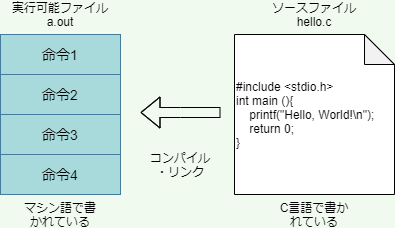
The draw.io diagram programming2021/img/compile.drawio.png in kut-econ/kut-econ.github.io, before a commit. Source tidied: cells renumbered, new cells last; positions are measured from the earlier drawing's top-left corner, leaving out a move shared by most shapes.
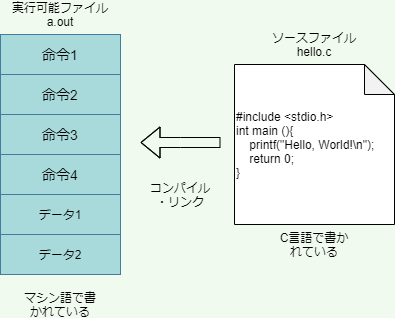
After the commit.

Commit message:
Improve imgs for compile and assemble

Diff of the diagram source:
```diff
@@ -3,7 +3,7 @@
     <mxCell id="0" />
     <mxCell id="1" parent="0" />
     <mxCell id="2" style="shape=table;html=1;whiteSpace=wrap;startSize=0;rounded=0;sketch=0;strokeColor=#457B9D;fillColor=#A8DADC;fontColor=#1D3557;" parent="1" vertex="1">
-      <mxGeometry y="30" width="120" height="160" as="geometry" />
+      <mxGeometry width="120" height="240" as="geometry" />
     </mxCell>
     <mxCell id="3" style="shape=partialRectangle;html=1;whiteSpace=wrap;fillColor=none;top=0;left=0;bottom=0;right=0;" parent="2" vertex="1">
       <mxGeometry width="120" height="40" as="geometry" />
@@ -29,11 +29,23 @@
     <mxCell id="10" value="&lt;font color=&quot;#000000&quot; style=&quot;font-size: 14px&quot;&gt;命令4&lt;/font&gt;" style="shape=partialRectangle;html=1;whiteSpace=wrap;fillColor=none;top=0;left=0;bottom=0;right=0;overflow=hidden;" parent="9" vertex="1">
       <mxGeometry width="120" height="40" as="geometry" />
     </mxCell>
+    <mxCell id="18" style="shape=partialRectangle;html=1;whiteSpace=wrap;fillColor=none;top=0;left=0;bottom=0;right=0;" parent="2" vertex="1">
+      <mxGeometry y="160" width="120" height="40" as="geometry" />
+    </mxCell>
+    <mxCell id="19" value="&lt;font color=&quot;#000000&quot;&gt;データ1&lt;/font&gt;" style="shape=partialRectangle;html=1;whiteSpace=wrap;fillColor=none;top=0;left=0;bottom=0;right=0;overflow=hidden;" parent="18" vertex="1">
+      <mxGeometry width="120" height="40" as="geometry" />
+    </mxCell>
+    <mxCell id="20" style="shape=partialRectangle;html=1;whiteSpace=wrap;fillColor=none;top=0;left=0;bottom=0;right=0;" parent="2" vertex="1">
+      <mxGeometry y="200" width="120" height="40" as="geometry" />
+    </mxCell>
+    <mxCell id="21" value="&lt;font color=&quot;#000000&quot;&gt;データ2&lt;/font&gt;" style="shape=partialRectangle;html=1;whiteSpace=wrap;fillColor=none;top=0;left=0;bottom=0;right=0;overflow=hidden;" parent="20" vertex="1">
+      <mxGeometry width="120" height="40" as="geometry" />
+    </mxCell>
     <mxCell id="11" value="&lt;font color=&quot;#000000&quot;&gt;実行可能ファイル&lt;br&gt;a.out&lt;br&gt;&lt;/font&gt;" style="text;html=1;strokeColor=none;fillColor=none;align=center;verticalAlign=middle;whiteSpace=wrap;rounded=0;" parent="1" vertex="1">
-      <mxGeometry x="10" width="100" height="20" as="geometry" />
+      <mxGeometry x="10" y="-30" width="100" height="20" as="geometry" />
     </mxCell>
     <mxCell id="12" value="&lt;font color=&quot;#000000&quot;&gt;マシン語で書かれている&lt;/font&gt;" style="text;html=1;strokeColor=none;fillColor=none;align=center;verticalAlign=middle;whiteSpace=wrap;rounded=0;" parent="1" vertex="1">
-      <mxGeometry x="20" y="200" width="80" height="20" as="geometry" />
+      <mxGeometry x="20" y="260" width="80" height="20" as="geometry" />
     </mxCell>
     <mxCell id="13" value="#include &amp;lt;stdio.h&amp;gt;&lt;br&gt;int main (){&lt;br&gt;&amp;nbsp; &amp;nbsp; printf(&quot;Hello, World!\n&quot;);&lt;br&gt;&amp;nbsp; &amp;nbsp; return 0;&lt;br&gt;}" style="shape=note;whiteSpace=wrap;html=1;backgroundOutline=1;darkOpacity=0.05;align=left;" parent="1" vertex="1">
       <mxGeometry x="234" y="30" width="160" height="160" as="geometry" />
```
